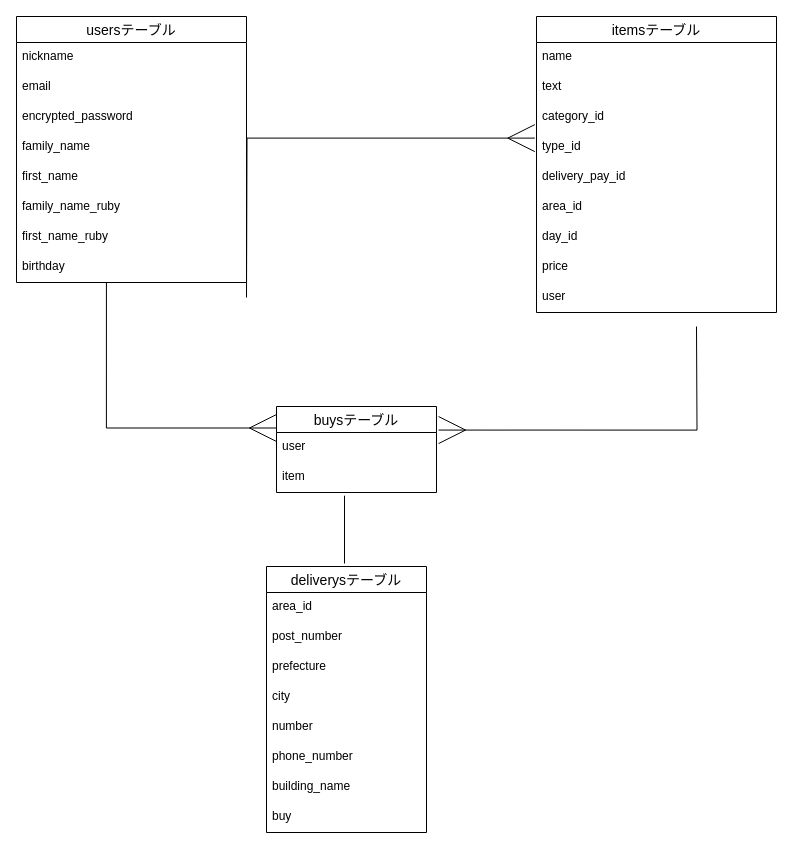
ryushin0316/furima-33389 keeps this draw.io diagram as test.dio. Above is the earlier version. Source tidied: cells renumbered, new cells numbered last; positions are measured from the earlier drawing's top-left corner, leaving out a move shared by most shapes. Both pictures are drawn from the tidied source at 100%, with x=0, y=0 at pixel (16, 16).
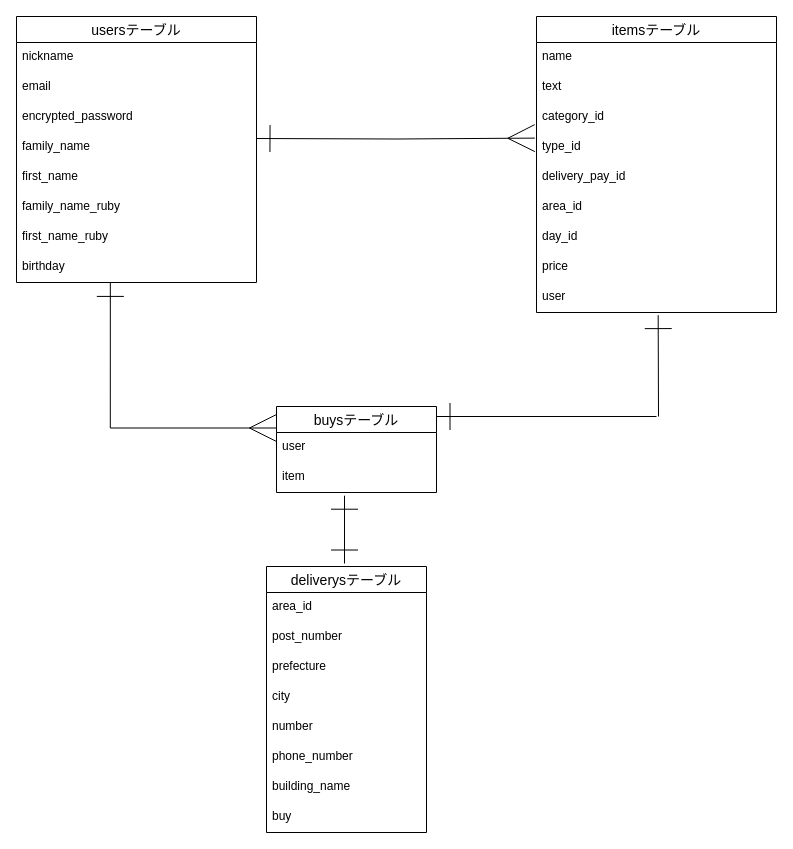
Above is the later version.

Unchanged cells that the change refers to:
```xml
<mxCell id="15" value="type_id" style="text;strokeColor=none;fillColor=none;spacingLeft=4;spacingRight=4;overflow=hidden;points=[[0,0.5],[1,0.5]];portConstraint=eastwest;fontSize=12;" parent="11" vertex="1">
  <mxGeometry y="116" width="240" height="30" as="geometry" />
</mxCell>
<mxCell id="20" value="user" style="text;strokeColor=none;fillColor=none;spacingLeft=4;spacingRight=4;overflow=hidden;points=[[0,0.5],[1,0.5]];portConstraint=eastwest;fontSize=12;" parent="11" vertex="1">
  <mxGeometry y="266" width="240" height="30" as="geometry" />
</mxCell>
<mxCell id="21" value="buysテーブル" style="swimlane;fontStyle=0;horizontal=1;startSize=26;align=center;fontSize=14;" parent="1" vertex="1">
  <mxGeometry x="260" y="390" width="160" height="86" as="geometry" />
</mxCell>
<mxCell id="22" value="user" style="text;strokeColor=none;fillColor=none;spacingLeft=4;spacingRight=4;overflow=hidden;points=[[0,0.5],[1,0.5]];portConstraint=eastwest;fontSize=12;" parent="21" vertex="1">
  <mxGeometry y="26" width="160" height="30" as="geometry" />
</mxCell>
<mxCell id="23" value="item" style="text;strokeColor=none;fillColor=none;spacingLeft=4;spacingRight=4;overflow=hidden;points=[[0,0.5],[1,0.5]];portConstraint=eastwest;fontSize=12;" parent="21" vertex="1">
  <mxGeometry y="56" width="160" height="30" as="geometry" />
</mxCell>
```

Change to the diagram source:
```diff
@@
     <mxCell id="2" value="usersテーブル" style="swimlane;fontStyle=0;horizontal=1;startSize=26;align=center;fontSize=14;" parent="1" vertex="1">
-      <mxGeometry width="230" height="266" as="geometry" />
+      <mxGeometry width="240" height="266" as="geometry" />
     </mxCell>
     <mxCell id="3" value="nickname" style="text;strokeColor=none;fillColor=none;spacingLeft=4;spacingRight=4;overflow=hidden;fontSize=12;" parent="2" vertex="1">
-      <mxGeometry y="26" width="230" height="30" as="geometry" />
+      <mxGeometry y="26" width="240" height="30" as="geometry" />
     </mxCell>
     <mxCell id="4" value="email" style="text;strokeColor=none;fillColor=none;spacingLeft=4;spacingRight=4;overflow=hidden;fontSize=12;" parent="2" vertex="1">
-      <mxGeometry y="56" width="230" height="30" as="geometry" />
+      <mxGeometry y="56" width="240" height="30" as="geometry" />
     </mxCell>
     <mxCell id="5" value="encrypted_password" style="text;strokeColor=none;fillColor=none;spacingLeft=4;spacingRight=4;overflow=hidden;fontSize=12;" parent="2" vertex="1">
-      <mxGeometry y="86" width="230" height="30" as="geometry" />
+      <mxGeometry y="86" width="240" height="30" as="geometry" />
     </mxCell>
     <mxCell id="6" value="family_name" style="text;strokeColor=none;fillColor=none;spacingLeft=4;spacingRight=4;overflow=hidden;fontSize=12;" parent="2" vertex="1">
-      <mxGeometry y="116" width="230" height="30" as="geometry" />
+      <mxGeometry y="116" width="240" height="30" as="geometry" />
     </mxCell>
     <mxCell id="7" value="first_name" style="text;strokeColor=none;fillColor=none;spacingLeft=4;spacingRight=4;overflow=hidden;fontSize=12;" parent="2" vertex="1">
-      <mxGeometry y="146" width="230" height="30" as="geometry" />
+      <mxGeometry y="146" width="240" height="30" as="geometry" />
     </mxCell>
     <mxCell id="8" value="family_name_ruby" style="text;strokeColor=none;fillColor=none;spacingLeft=4;spacingRight=4;overflow=hidden;fontSize=12;" parent="2" vertex="1">
-      <mxGeometry y="176" width="230" height="30" as="geometry" />
+      <mxGeometry y="176" width="240" height="30" as="geometry" />
     </mxCell>
     <mxCell id="9" value="first_name_ruby" style="text;strokeColor=none;fillColor=none;spacingLeft=4;spacingRight=4;overflow=hidden;fontSize=12;" parent="2" vertex="1">
-      <mxGeometry y="206" width="230" height="30" as="geometry" />
+      <mxGeometry y="206" width="240" height="30" as="geometry" />
     </mxCell>
     <mxCell id="10" value="birthday" style="text;strokeColor=none;fillColor=none;spacingLeft=4;spacingRight=4;overflow=hidden;points=[[0,0.5],[1,0.5]];portConstraint=eastwest;fontSize=12;" parent="2" vertex="1">
-      <mxGeometry y="236" width="230" height="30" as="geometry" />
+      <mxGeometry y="236" width="240" height="30" as="geometry" />
     </mxCell>
@@
-    <mxCell id="33" style="endArrow=none;html=1;rounded=0;entryX=0.425;entryY=1.107;entryDx=0;entryDy=0;entryPerimeter=0;" parent="1" edge="1" target="23">
+    <mxCell id="33" style="endArrow=ERone;html=1;rounded=0;entryX=0.425;entryY=1.107;entryDx=0;entryDy=0;entryPerimeter=0;startArrow=ERone;startFill=0;endFill=0;endSize=25;startSize=25;" parent="1" edge="1" target="23">
       <mxGeometry relative="1" as="geometry">
         <mxPoint x="328" y="547" as="sourcePoint" />
       </mxGeometry>
     </mxCell>
-    <mxCell id="34" style="edgeStyle=orthogonalEdgeStyle;rounded=0;jumpSize=16;jettySize=auto;html=1;exitX=1;exitY=0.5;exitDx=0;exitDy=0;entryX=-0.007;entryY=0.187;entryDx=0;entryDy=0;entryPerimeter=0;endArrow=ERmany;endFill=0;endSize=25;" parent="1" edge="1" target="15">
+    <mxCell id="34" style="edgeStyle=orthogonalEdgeStyle;rounded=0;jumpSize=16;jettySize=auto;html=1;entryX=-0.007;entryY=0.187;entryDx=0;entryDy=0;entryPerimeter=0;endArrow=ERmany;endFill=0;endSize=25;startArrow=ERone;startFill=0;startSize=25;" parent="1" edge="1" target="15">
       <mxGeometry relative="1" as="geometry">
-        <mxPoint x="230" y="281" as="sourcePoint" />
+        <mxPoint x="240" y="122" as="sourcePoint" />
       </mxGeometry>
     </mxCell>
-    <mxCell id="35" style="edgeStyle=orthogonalEdgeStyle;rounded=0;jumpSize=16;jettySize=auto;html=1;endArrow=ERmany;endFill=0;endSize=25;entryX=1.013;entryY=-0.081;entryDx=0;entryDy=0;entryPerimeter=0;" parent="1" edge="1" target="22">
-      <mxGeometry relative="1" as="geometry">
-        <mxPoint x="680" y="310" as="sourcePoint" />
-      </mxGeometry>
-    </mxCell>
-    <mxCell id="36" style="edgeStyle=orthogonalEdgeStyle;rounded=0;jumpSize=16;jettySize=auto;html=1;exitX=0.391;exitY=1.014;exitDx=0;exitDy=0;entryX=0;entryY=0.25;entryDx=0;entryDy=0;endArrow=ERmany;endFill=0;endSize=25;exitPerimeter=0;" parent="1" edge="1" source="10" target="21">
+    <mxCell id="36" style="edgeStyle=orthogonalEdgeStyle;rounded=0;jumpSize=16;jettySize=auto;html=1;exitX=0.391;exitY=1.014;exitDx=0;exitDy=0;entryX=0;entryY=0.25;entryDx=0;entryDy=0;endArrow=ERmany;endFill=0;endSize=25;exitPerimeter=0;startArrow=ERone;startFill=0;startSize=25;" parent="1" edge="1" source="10" target="21">
       <mxGeometry relative="1" as="geometry" />
     </mxCell>
+    <mxCell id="37" style="endArrow=none;html=1;rounded=0;startArrow=ERone;startFill=0;endSize=25;startSize=25;" parent="1" edge="1">
+      <mxGeometry relative="1" as="geometry">
+        <mxPoint x="420" y="400" as="sourcePoint" />
+        <mxPoint x="640" y="400" as="targetPoint" />
+      </mxGeometry>
+    </mxCell>
+    <mxCell id="38" style="endArrow=none;html=1;rounded=0;exitX=0.507;exitY=1.087;exitDx=0;exitDy=0;exitPerimeter=0;startArrow=ERone;startFill=0;startSize=25;" parent="1" edge="1" source="20">
+      <mxGeometry relative="1" as="geometry">
+        <mxPoint x="642" y="400" as="targetPoint" />
+      </mxGeometry>
+    </mxCell>
```
